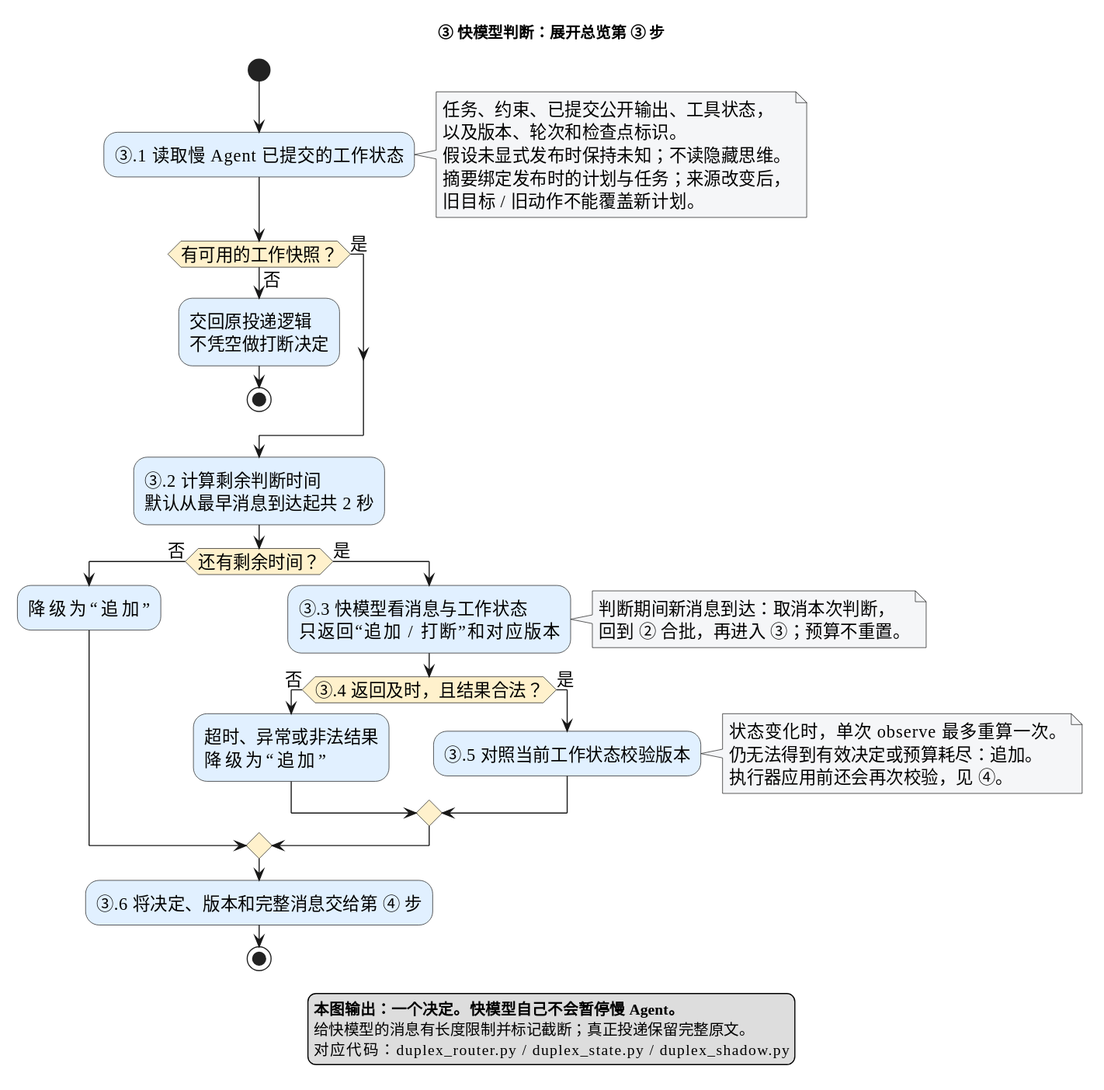
Above: docs/diagrams/duplex-detail-03-decision.svg in zuiho-kai/jiuwenswarm (PlantUML), before the change.
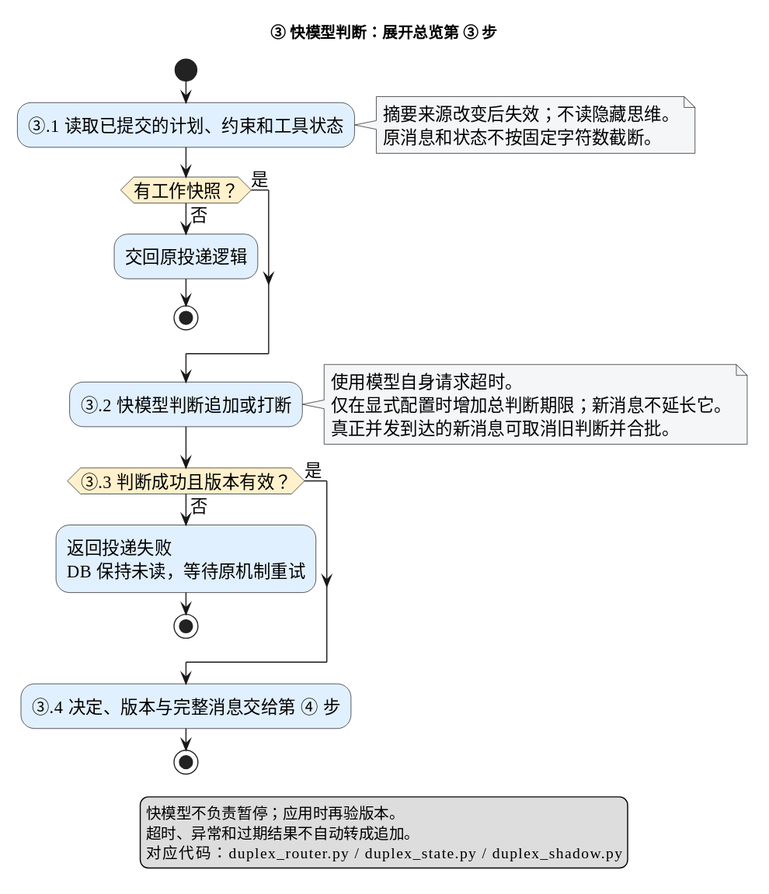
The same diagram one commit later.

Diff of the diagram source:
```diff
@@ -7,44 +7,33 @@
 skinparam activityDiamondBackgroundColor #FFF1CC
 skinparam noteBackgroundColor #F5F6F8
 start
-:③.1 读取慢 Agent 已提交的工作状态;
+:③.1 读取已提交的计划、约束和工具状态;
 note right
-  任务、约束、已提交公开输出、工具状态，
-  以及版本、轮次和检查点标识。
-  假设未显式发布时保持未知；不读隐藏思维。
-  摘要绑定发布时的计划与任务；来源改变后，
-  旧目标 / 旧动作不能覆盖新计划。
+  摘要来源改变后失效；不读隐藏思维。
+  原消息和状态不按固定字符数截断。
 end note
-if (有可用的工作快照？) then (否)
-  :交回原投递逻辑\n不凭空做打断决定;
+if (有工作快照？) then (否)
+  :交回原投递逻辑;
   stop
 else (是)
 endif
-:③.2 计算剩余判断时间\n默认从最早消息到达起共 2 秒;
-if (还有剩余时间？) then (否)
-  :降级为“追加”;
+:③.2 快模型判断追加或打断;
+note right
+  使用模型自身请求超时。
+  仅在显式配置时增加总判断期限；新消息不延长它。
+  真正并发到达的新消息可取消旧判断并合批。
+end note
+if (③.3 判断成功且版本有效？) then (否)
+  :返回投递失败
+DB 保持未读，等待原机制重试;
+  stop
 else (是)
-  :③.3 快模型看消息与工作状态\n只返回“追加 / 打断”和对应版本;
-  note right
-    判断期间新消息到达：取消本次判断，
-    回到 ② 合批，再进入 ③；预算不重置。
-  end note
-  if (③.4 返回及时，且结果合法？) then (否)
-    :超时、异常或非法结果\n降级为“追加”;
-  else (是)
-    :③.5 对照当前工作状态校验版本;
-    note right
-      状态变化时，单次 observe 最多重算一次。
-      仍无法得到有效决定或预算耗尽：追加。
-      执行器应用前还会再次校验，见 ④。
-    end note
-  endif
 endif
-:③.6 将决定、版本和完整消息交给第 ④ 步;
+:③.4 决定、版本与完整消息交给第 ④ 步;
 stop
 legend bottom
-  **本图输出：一个决定。快模型自己不会暂停慢 Agent。**
-  给快模型的消息有长度限制并标记截断；真正投递保留完整原文。
+  快模型不负责暂停；应用时再验版本。
+  超时、异常和过期结果不自动转成追加。
   对应代码：duplex_router.py / duplex_state.py / duplex_shadow.py
 endlegend
 @enduml
```
